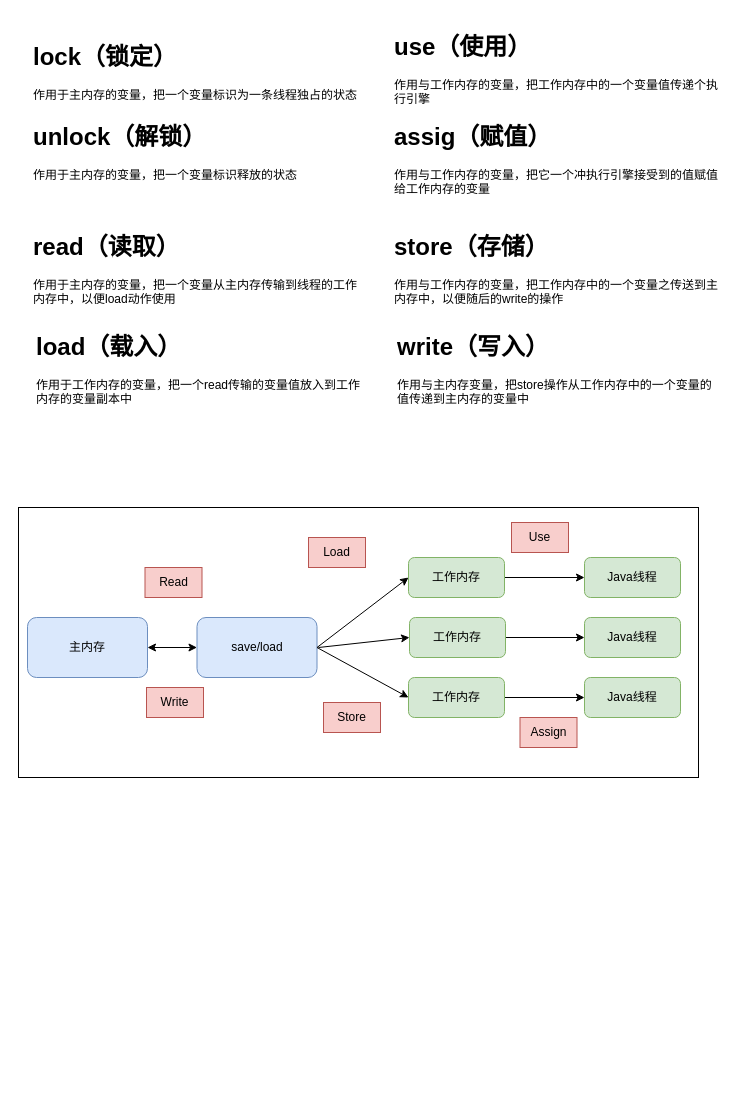
Earlier version of the draw.io diagram page "Page-2" (2 of 2) of Note4hread.drawio (lzdong0714/note). Source tidied: cells renumbered, new cells numbered last; positions are measured from the earlier drawing's top-left corner, leaving out a move shared by most shapes. Both pictures are drawn from the tidied source at 100%, with x=0, y=0 at pixel (18, 27).
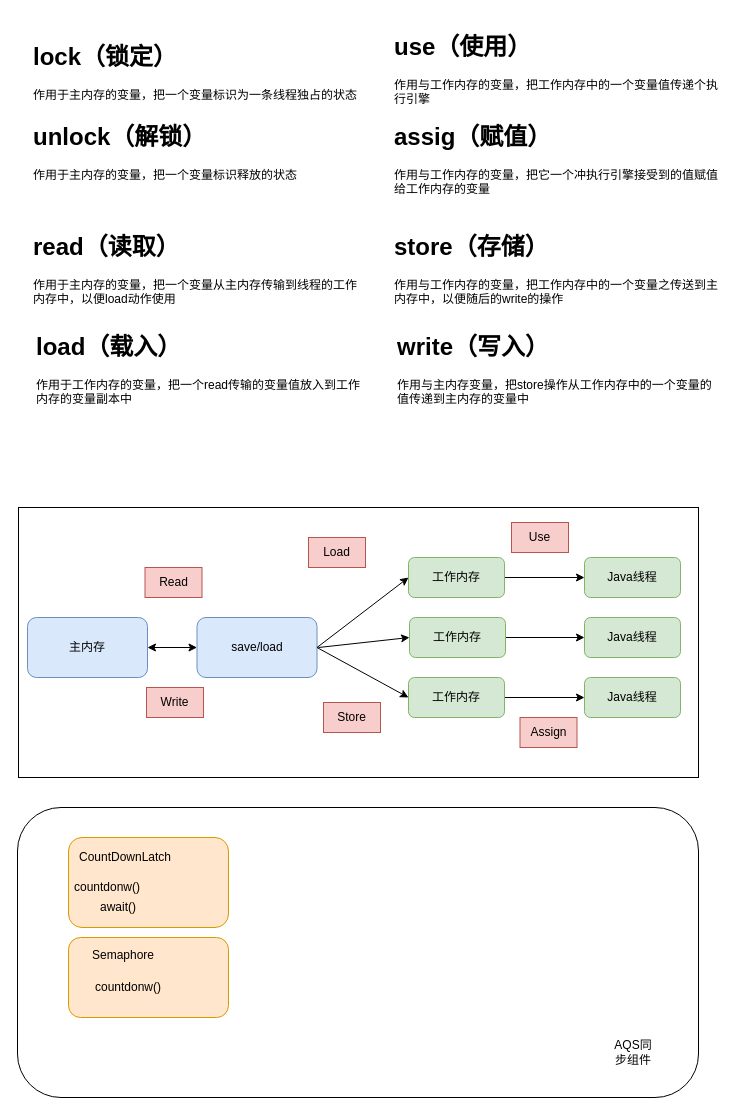
After the change.

What changed in the source:
```diff
@@
+    <mxCell id="32" style="rounded=1;whiteSpace=wrap;html=1;" parent="1" vertex="1">
+      <mxGeometry x="-1" y="780" width="681" height="290" as="geometry" />
+    </mxCell>
+    <mxCell id="33" value="AQS同步组件" style="text;html=1;strokeColor=none;fillColor=none;align=center;verticalAlign=middle;whiteSpace=wrap;rounded=0;" parent="1" vertex="1">
+      <mxGeometry x="590" y="1010" width="50" height="30" as="geometry" />
+    </mxCell>
+    <mxCell id="34" style="rounded=1;whiteSpace=wrap;html=1;fillColor=#ffe6cc;strokeColor=#d79b00;" parent="1" vertex="1">
+      <mxGeometry x="50" y="810" width="160" height="90" as="geometry" />
+    </mxCell>
+    <mxCell id="35" style="rounded=1;whiteSpace=wrap;html=1;fillColor=#ffe6cc;strokeColor=#d79b00;" parent="1" vertex="1">
+      <mxGeometry x="50" y="910" width="160" height="80" as="geometry" />
+    </mxCell>
+    <mxCell id="36" value="CountDownLatch" style="text;html=1;strokeColor=none;fillColor=none;align=center;verticalAlign=middle;whiteSpace=wrap;rounded=0;" parent="1" vertex="1">
+      <mxGeometry x="86.5" y="820" width="40" height="20" as="geometry" />
+    </mxCell>
+    <mxCell id="37" value="Semaphore" style="text;html=1;strokeColor=none;fillColor=none;align=center;verticalAlign=middle;whiteSpace=wrap;rounded=0;" parent="1" vertex="1">
+      <mxGeometry x="80" y="915" width="50" height="25" as="geometry" />
+    </mxCell>
+    <mxCell id="38" value="countdonw()" style="text;html=1;strokeColor=none;fillColor=none;align=center;verticalAlign=middle;whiteSpace=wrap;rounded=0;" parent="1" vertex="1">
+      <mxGeometry x="69" y="850" width="40" height="20" as="geometry" />
+    </mxCell>
+    <mxCell id="39" value="countdonw()" style="text;html=1;strokeColor=none;fillColor=none;align=center;verticalAlign=middle;whiteSpace=wrap;rounded=0;" parent="1" vertex="1">
+      <mxGeometry x="90" y="950" width="40" height="20" as="geometry" />
+    </mxCell>
+    <mxCell id="40" value="await()" style="text;html=1;strokeColor=none;fillColor=none;align=center;verticalAlign=middle;whiteSpace=wrap;rounded=0;" parent="1" vertex="1">
+      <mxGeometry x="80" y="870" width="40" height="20" as="geometry" />
+    </mxCell>
```
